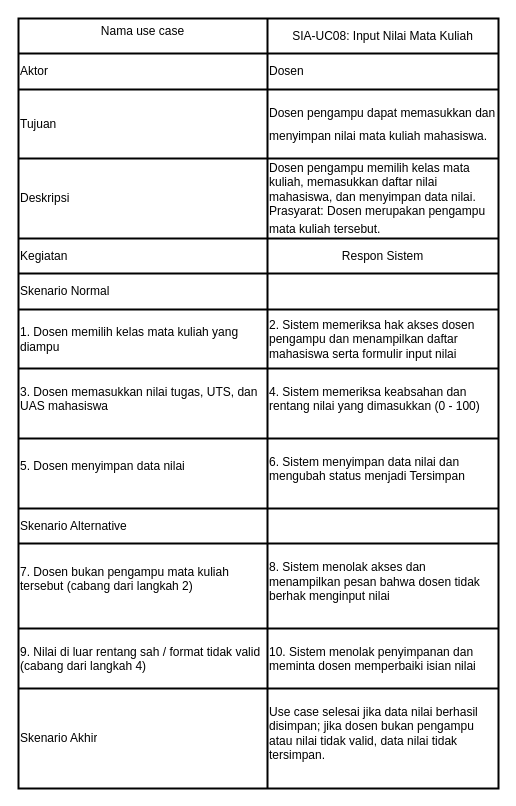
Above: page "Page-2" (2 of 7) of 04_model_analisis/P05/SIA/P05_2406033_SIA_Skenario_v01.drawio in 2406033-Faisal/IFRWP5149_2406033_LabAlat (draw.io), before the change. Source tidied: cells renumbered, new cells numbered last; positions are measured from the earlier drawing's top-left corner, leaving out a move shared by most shapes. Both pictures are drawn from the tidied source at 100%, with x=0, y=0 at pixel (18, 18).
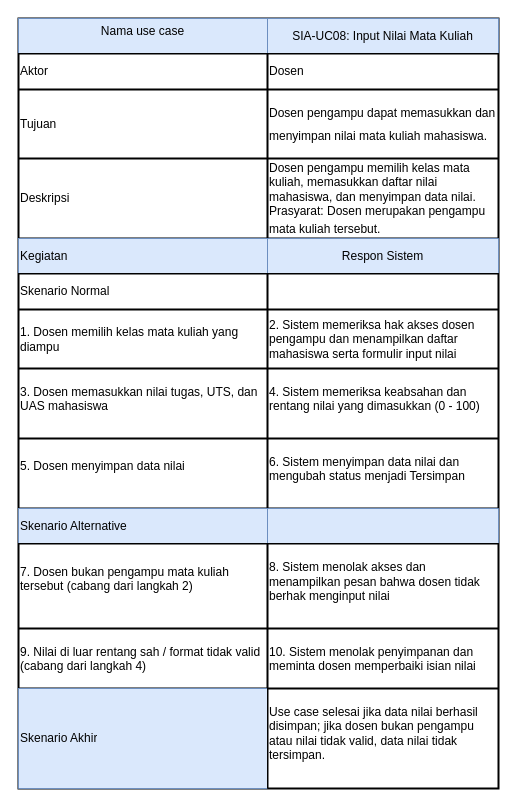
Above is the later version.

Unchanged cells that the change refers to:
```xml
<mxCell id="3" style="shape=tableRow;horizontal=0;startSize=0;swimlaneHead=0;swimlaneBody=0;strokeColor=inherit;fillColor=none;fixedHeader=1;" parent="2" vertex="1">
  <mxGeometry width="480" height="35" as="geometry" />
</mxCell>
<mxCell id="15" style="shape=tableRow;horizontal=0;startSize=0;swimlaneHead=0;swimlaneBody=0;strokeColor=inherit;fillColor=none;fixedHeader=1;" parent="2" vertex="1">
  <mxGeometry y="220" width="480" height="35" as="geometry" />
</mxCell>
<mxCell id="30" style="shape=tableRow;horizontal=0;startSize=0;swimlaneHead=0;swimlaneBody=0;strokeColor=inherit;fillColor=none;fixedHeader=1;" parent="2" vertex="1">
  <mxGeometry y="490" width="480" height="35" as="geometry" />
</mxCell>
<mxCell id="39" style="shape=tableRow;horizontal=0;startSize=0;swimlaneHead=0;swimlaneBody=0;strokeColor=inherit;fillColor=none;fixedHeader=1;" parent="2" vertex="1">
  <mxGeometry y="670" width="480" height="100" as="geometry" />
</mxCell>
```

Diff of the diagram source:
```diff
@@
-    <mxCell id="4" value="&lt;table class=&quot;NormalTable&quot;&gt;&lt;tbody&gt;&lt;tr&gt;&lt;td width=&quot;200&quot; style=&quot;border-left-style:none;border-bottom-style:none;border-right-style:none;border-top-style:none;&quot;&gt;&lt;span class=&quot;fontstyle0&quot;&gt;Nama use case&lt;/span&gt;&lt;/td&gt;&lt;/tr&gt;&lt;/tbody&gt;&lt;/table&gt; &lt;br/&gt;&lt;br style=&quot;font-style: normal; font-variant: normal; font-weight: normal; letter-spacing: normal; line-height: normal; orphans: 2; text-align: -webkit-auto; text-indent: 0px; text-transform: none; white-space: normal; widows: 2; word-spacing: 0px; -webkit-text-size-adjust: auto; -webkit-text-stroke-width: 0px;&quot;&gt;" style="shape=partialRectangle;html=1;whiteSpace=wrap;strokeColor=inherit;overflow=hidden;fillColor=none;" parent="3" vertex="1">
+    <mxCell id="4" value="&lt;table class=&quot;NormalTable&quot;&gt;&lt;tbody&gt;&lt;tr&gt;&lt;td width=&quot;200&quot; style=&quot;border-left-style:none;border-bottom-style:none;border-right-style:none;border-top-style:none;&quot;&gt;&lt;span class=&quot;fontstyle0&quot;&gt;Nama use case&lt;/span&gt;&lt;/td&gt;&lt;/tr&gt;&lt;/tbody&gt;&lt;/table&gt; &lt;br/&gt;&lt;br style=&quot;font-style: normal; font-variant: normal; font-weight: normal; letter-spacing: normal; line-height: normal; orphans: 2; text-align: -webkit-auto; text-indent: 0px; text-transform: none; white-space: normal; widows: 2; word-spacing: 0px; -webkit-text-size-adjust: auto; -webkit-text-stroke-width: 0px;&quot;&gt;" style="shape=partialRectangle;html=1;whiteSpace=wrap;strokeColor=#6c8ebf;overflow=hidden;fillColor=#dae8fc;" parent="3" vertex="1">
       <mxGeometry width="249" height="35" as="geometry" />
     </mxCell>
-    <mxCell id="5" value="SIA-UC08: Input Nilai Mata Kuliah" style="shape=partialRectangle;html=1;whiteSpace=wrap;strokeColor=inherit;overflow=hidden;fillColor=none;" parent="3" vertex="1">
+    <mxCell id="5" value="SIA-UC08: Input Nilai Mata Kuliah" style="shape=partialRectangle;html=1;whiteSpace=wrap;strokeColor=#6c8ebf;overflow=hidden;fillColor=#dae8fc;" parent="3" vertex="1">
       <mxGeometry x="249" width="231" height="35" as="geometry" />
     </mxCell>
@@
-    <mxCell id="16" value="Kegiatan" style="shape=partialRectangle;html=1;whiteSpace=wrap;strokeColor=inherit;overflow=hidden;fillColor=none;align=left;" parent="15" vertex="1">
+    <mxCell id="16" value="Kegiatan" style="shape=partialRectangle;html=1;whiteSpace=wrap;strokeColor=#6c8ebf;overflow=hidden;fillColor=#dae8fc;align=left;" parent="15" vertex="1">
       <mxGeometry width="249" height="35" as="geometry" />
     </mxCell>
-    <mxCell id="17" value="Respon Sistem" style="shape=partialRectangle;html=1;whiteSpace=wrap;strokeColor=inherit;overflow=hidden;fillColor=none;align=center;" parent="15" vertex="1">
+    <mxCell id="17" value="Respon Sistem" style="shape=partialRectangle;html=1;whiteSpace=wrap;strokeColor=#6c8ebf;overflow=hidden;fillColor=#dae8fc;align=center;" parent="15" vertex="1">
       <mxGeometry x="249" width="231" height="35" as="geometry" />
     </mxCell>
@@
-    <mxCell id="31" value="Skenario Alternative" style="shape=partialRectangle;html=1;whiteSpace=wrap;strokeColor=inherit;overflow=hidden;fillColor=none;align=left;" parent="30" vertex="1">
+    <mxCell id="31" value="Skenario Alternative" style="shape=partialRectangle;html=1;whiteSpace=wrap;strokeColor=#6c8ebf;overflow=hidden;fillColor=#dae8fc;align=left;" parent="30" vertex="1">
       <mxGeometry width="249" height="35" as="geometry" />
     </mxCell>
-    <mxCell id="32" style="shape=partialRectangle;html=1;whiteSpace=wrap;strokeColor=inherit;overflow=hidden;fillColor=none;align=left;" parent="30" vertex="1">
+    <mxCell id="32" style="shape=partialRectangle;html=1;whiteSpace=wrap;strokeColor=#6c8ebf;overflow=hidden;fillColor=#dae8fc;align=left;" parent="30" vertex="1">
       <mxGeometry x="249" width="231" height="35" as="geometry" />
     </mxCell>
@@
-    <mxCell id="40" value="Skenario Akhir" style="shape=partialRectangle;html=1;whiteSpace=wrap;strokeColor=inherit;overflow=hidden;fillColor=none;align=left;" parent="39" vertex="1">
+    <mxCell id="40" value="Skenario Akhir" style="shape=partialRectangle;html=1;whiteSpace=wrap;strokeColor=#6c8ebf;overflow=hidden;fillColor=#dae8fc;align=left;" parent="39" vertex="1">
       <mxGeometry width="249" height="100" as="geometry" />
     </mxCell>
```
